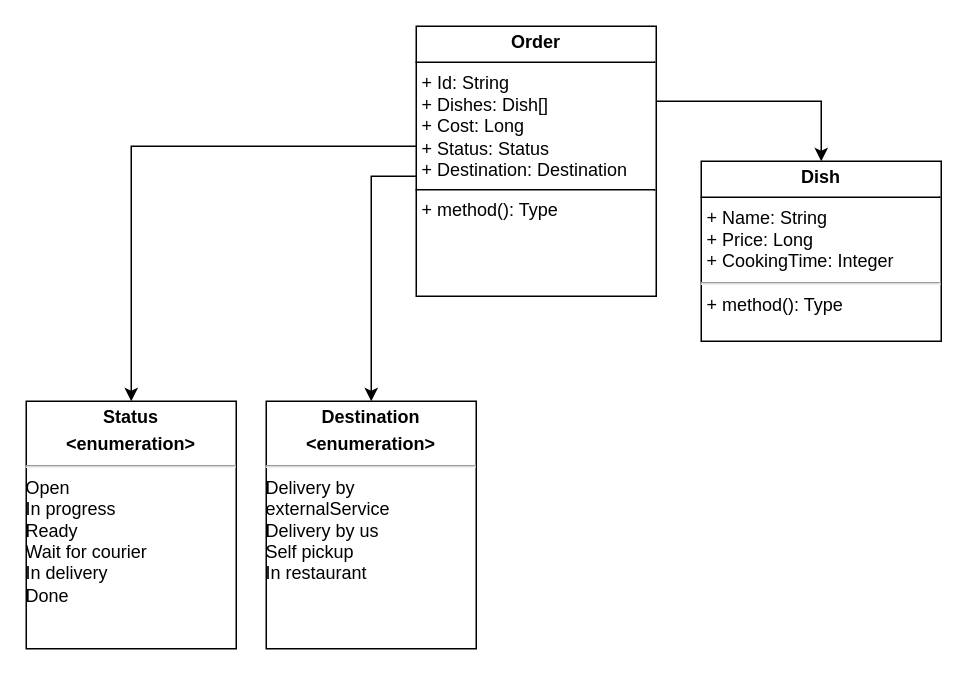
Before: Restaurant.drawio in NosikovNeOleg/kotlinHW2024, a draw.io diagram. Source tidied: cells renumbered, new cells numbered last; positions are measured from the earlier drawing's top-left corner, leaving out a move shared by most shapes. Both pictures are drawn from the tidied source at 150%, with x=0, y=0 at pixel (26, 26).
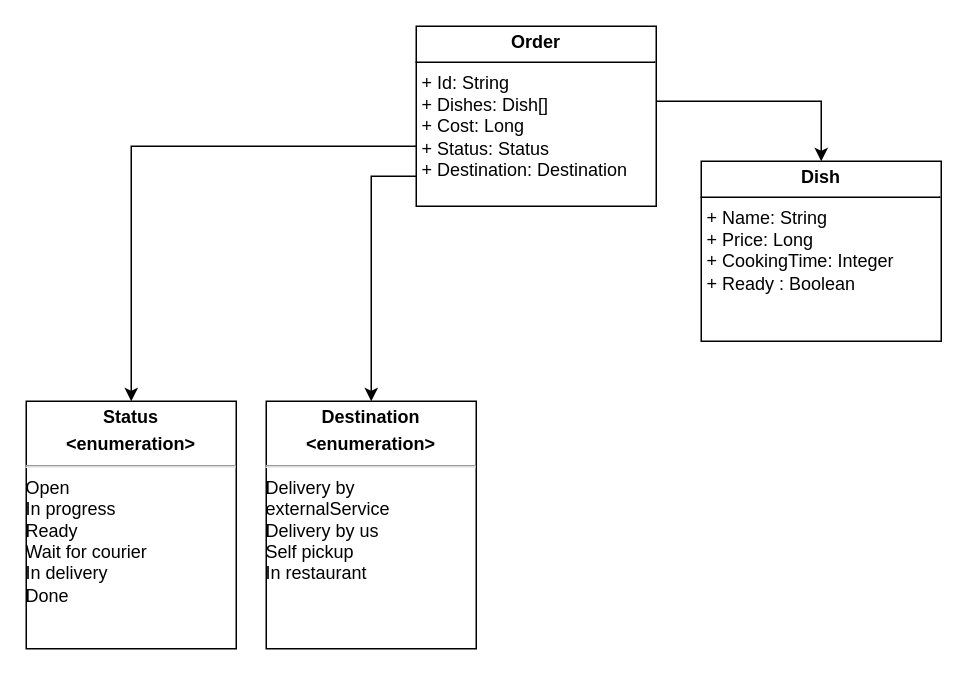
The same diagram, later.

What changed in the source:
```diff
@@
 <mxGraphModel>
   <root>
     <mxCell id="0" />
     <mxCell id="1" parent="0" />
-    <mxCell id="2" style="edgeStyle=orthogonalEdgeStyle;rounded=0;jettySize=auto;html=1;" parent="1" edge="1" source="5" target="6">
-      <mxGeometry relative="1" as="geometry">
-        <Array as="points">
-          <mxPoint x="530" y="50" />
-        </Array>
-      </mxGeometry>
-    </mxCell>
-    <mxCell id="3" style="edgeStyle=orthogonalEdgeStyle;rounded=0;jettySize=auto;html=1;entryX=0.5;entryY=0;entryDx=0;entryDy=0;" parent="1" edge="1" source="5" target="7">
-      <mxGeometry relative="1" as="geometry">
-        <Array as="points">
-          <mxPoint x="70" y="80" />
-        </Array>
-      </mxGeometry>
-    </mxCell>
-    <mxCell id="4" style="edgeStyle=orthogonalEdgeStyle;rounded=0;jettySize=auto;html=1;" parent="1" edge="1" source="5" target="8">
-      <mxGeometry relative="1" as="geometry">
-        <Array as="points">
-          <mxPoint x="230" y="100" />
-        </Array>
-      </mxGeometry>
-    </mxCell>
-    <mxCell id="5" value="&lt;p style=&quot;margin:0px;margin-top:4px;text-align:center;&quot;&gt;&lt;b&gt;Order&lt;/b&gt;&lt;/p&gt;&lt;hr size=&quot;1&quot; style=&quot;border-style:solid;&quot;&gt;&lt;p style=&quot;margin:0px;margin-left:4px;&quot;&gt;+ Id: String&lt;/p&gt;&lt;p style=&quot;margin:0px;margin-left:4px;&quot;&gt;+ Dishes: Dish[]&lt;/p&gt;&lt;p style=&quot;margin:0px;margin-left:4px;&quot;&gt;+ Cost: Long&lt;/p&gt;&lt;p style=&quot;margin:0px;margin-left:4px;&quot;&gt;+ Status: Status&lt;/p&gt;&lt;p style=&quot;margin:0px;margin-left:4px;&quot;&gt;+ Destination: Destination&lt;/p&gt;&lt;hr size=&quot;1&quot; style=&quot;border-style:solid;&quot;&gt;&lt;p style=&quot;margin:0px;margin-left:4px;&quot;&gt;+ method(): Type&lt;/p&gt;" style="verticalAlign=top;align=left;overflow=fill;html=1;whiteSpace=wrap;" parent="1" vertex="1">
-      <mxGeometry x="260" width="160" height="180" as="geometry" />
-    </mxCell>
-    <mxCell id="6" value="&lt;p style=&quot;margin:0px;margin-top:4px;text-align:center;&quot;&gt;&lt;b&gt;Dish&lt;/b&gt;&lt;/p&gt;&lt;hr size=&quot;1&quot; style=&quot;border-style:solid;&quot;&gt;&lt;p style=&quot;margin:0px;margin-left:4px;&quot;&gt;+ Name: String&lt;/p&gt;&lt;p style=&quot;margin:0px;margin-left:4px;&quot;&gt;+ Price: Long&lt;/p&gt;&lt;p style=&quot;margin:0px;margin-left:4px;&quot;&gt;+ CookingTime: Integer&lt;/p&gt;&lt;hr&gt;&lt;p style=&quot;margin:0px;margin-left:4px;&quot;&gt;+ method(): Type&lt;/p&gt;" style="verticalAlign=top;align=left;overflow=fill;html=1;whiteSpace=wrap;" parent="1" vertex="1">
-      <mxGeometry x="450" y="90" width="160" height="120" as="geometry" />
-    </mxCell>
+    <mxCell id="9" style="edgeStyle=orthogonalEdgeStyle;rounded=0;jettySize=auto;html=1;" parent="1" edge="1" source="12" target="13">
+      <mxGeometry relative="1" as="geometry">
+        <Array as="points">
+          <mxPoint x="530" y="50" />
+        </Array>
+      </mxGeometry>
+    </mxCell>
+    <mxCell id="10" style="edgeStyle=orthogonalEdgeStyle;rounded=0;jettySize=auto;html=1;entryX=0.5;entryY=0;entryDx=0;entryDy=0;" parent="1" edge="1" source="12" target="7">
+      <mxGeometry relative="1" as="geometry">
+        <Array as="points">
+          <mxPoint x="70" y="80" />
+        </Array>
+      </mxGeometry>
+    </mxCell>
+    <mxCell id="11" style="edgeStyle=orthogonalEdgeStyle;rounded=0;jettySize=auto;html=1;" parent="1" edge="1" source="12" target="8">
+      <mxGeometry relative="1" as="geometry">
+        <Array as="points">
+          <mxPoint x="230" y="100" />
+        </Array>
+      </mxGeometry>
+    </mxCell>
+    <mxCell id="12" value="&lt;p style=&quot;margin:0px;margin-top:4px;text-align:center;&quot;&gt;&lt;b&gt;Order&lt;/b&gt;&lt;/p&gt;&lt;hr size=&quot;1&quot; style=&quot;border-style:solid;&quot;&gt;&lt;p style=&quot;margin:0px;margin-left:4px;&quot;&gt;+ Id: String&lt;/p&gt;&lt;p style=&quot;margin:0px;margin-left:4px;&quot;&gt;+ Dishes: Dish[]&lt;/p&gt;&lt;p style=&quot;margin:0px;margin-left:4px;&quot;&gt;+ Cost: Long&lt;/p&gt;&lt;p style=&quot;margin:0px;margin-left:4px;&quot;&gt;+ Status: Status&lt;/p&gt;&lt;p style=&quot;margin:0px;margin-left:4px;&quot;&gt;+ Destination: Destination&lt;/p&gt;&lt;p style=&quot;margin:0px;margin-left:4px;&quot;&gt;&lt;br&gt;&lt;/p&gt;" style="verticalAlign=top;align=left;overflow=fill;html=1;whiteSpace=wrap;" parent="1" vertex="1">
+      <mxGeometry x="260" width="160" height="120" as="geometry" />
+    </mxCell>
+    <mxCell id="13" value="&lt;p style=&quot;margin:0px;margin-top:4px;text-align:center;&quot;&gt;&lt;b&gt;Dish&lt;/b&gt;&lt;/p&gt;&lt;hr size=&quot;1&quot; style=&quot;border-style:solid;&quot;&gt;&lt;p style=&quot;margin:0px;margin-left:4px;&quot;&gt;+ Name: String&lt;/p&gt;&lt;p style=&quot;margin:0px;margin-left:4px;&quot;&gt;+ Price: Long&lt;/p&gt;&lt;p style=&quot;margin:0px;margin-left:4px;&quot;&gt;+ CookingTime: Integer&lt;/p&gt;&lt;p style=&quot;margin:0px;margin-left:4px;&quot;&gt;+ Ready : Boolean&lt;/p&gt;&lt;p style=&quot;margin:0px;margin-left:4px;&quot;&gt;&lt;br&gt;&lt;/p&gt;" style="verticalAlign=top;align=left;overflow=fill;html=1;whiteSpace=wrap;" parent="1" vertex="1">
+      <mxGeometry x="450" y="90" width="160" height="120" as="geometry" />
+    </mxCell>
     <mxCell id="7" value="&lt;p style=&quot;margin:0px;margin-top:4px;text-align:center;&quot;&gt;&lt;b&gt;Status&lt;/b&gt;&lt;/p&gt;&lt;p style=&quot;margin:0px;margin-top:4px;text-align:center;&quot;&gt;&lt;b&gt;&amp;lt;enumeration&amp;gt;&lt;/b&gt;&lt;/p&gt;&lt;hr&gt;Open&lt;div&gt;In progress&lt;/div&gt;&lt;div&gt;Ready&lt;/div&gt;&lt;div&gt;Wait for courier&lt;/div&gt;&lt;div&gt;In delivery&lt;/div&gt;&lt;div&gt;Done&lt;/div&gt;" style="verticalAlign=top;align=left;overflow=fill;html=1;whiteSpace=wrap;" parent="1" vertex="1">
       <mxGeometry y="250" width="140" height="165" as="geometry" />
     </mxCell>
     <mxCell id="8" value="&lt;p style=&quot;margin:0px;margin-top:4px;text-align:center;&quot;&gt;&lt;b&gt;Destination&lt;/b&gt;&lt;/p&gt;&lt;p style=&quot;margin:0px;margin-top:4px;text-align:center;&quot;&gt;&lt;b&gt;&amp;lt;enumeration&amp;gt;&lt;/b&gt;&lt;/p&gt;&lt;hr&gt;Delivery by externalService&lt;div&gt;Delivery by us&lt;/div&gt;&lt;div&gt;Self pickup&lt;/div&gt;&lt;div&gt;In restaurant&lt;/div&gt;" style="verticalAlign=top;align=left;overflow=fill;html=1;whiteSpace=wrap;" parent="1" vertex="1">
       <mxGeometry x="160" y="250" width="140" height="165" as="geometry" />
     </mxCell>
   </root>
 </mxGraphModel>
```
